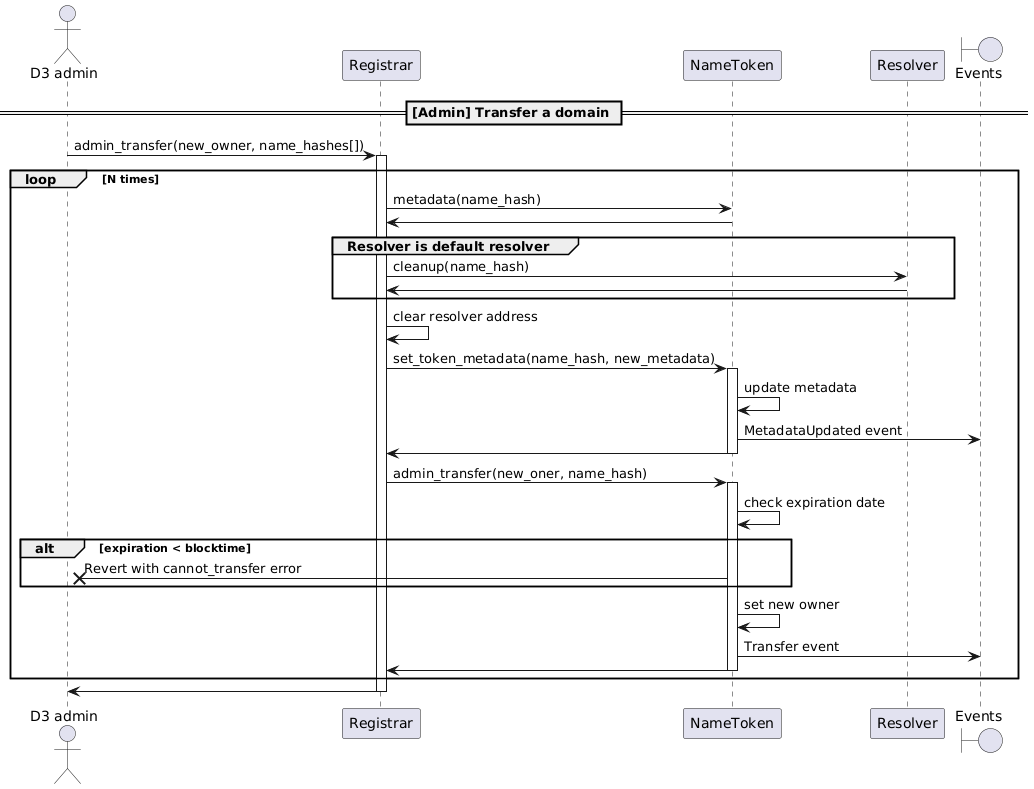
Above: docs/sequence-diagrams/puml/admin-transfer-domain.png in make-software/cspr-name-contracts (PlantUML), before the change.
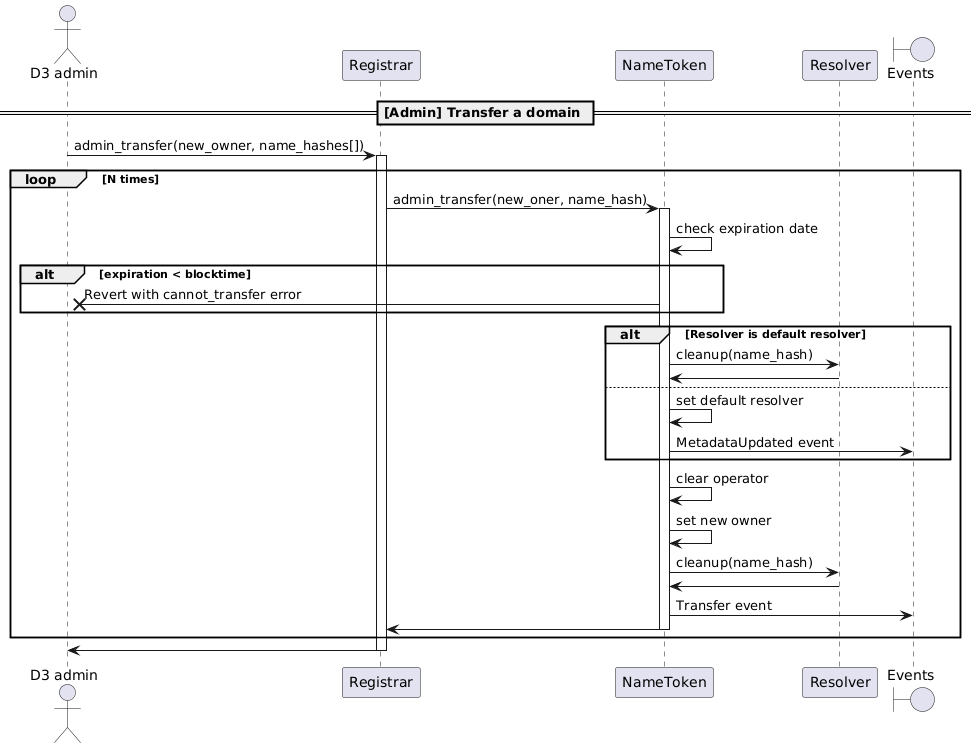
The same diagram one commit later.

Change to the diagram source:
```diff
@@ -11,26 +11,23 @@
 "D3 admin" -> "Registrar": admin_transfer(new_owner, name_hashes[])
 activate Registrar
 loop N times
-    Registrar -> NameToken: metadata(name_hash)
-    NameToken -> Registrar
-    group Resolver is default resolver
-        Registrar -> Resolver: cleanup(name_hash)
-        Resolver -> Registrar:
-    end
-    Registrar -> Registrar: clear resolver address
-    Registrar -> NameToken: set_token_metadata(name_hash, new_metadata)
-    activate NameToken
-    NameToken -> NameToken: update metadata
-    NameToken -> "Events": MetadataUpdated event
-    NameToken -> Registrar
-    deactivate NameToken
     Registrar -> NameToken: admin_transfer(new_oner, name_hash)
     activate NameToken
     NameToken -> NameToken: check expiration date
     alt expiration < blocktime
         NameToken ->X "D3 admin": Revert with cannot_transfer error
     end
+    alt Resolver is default resolver
+        NameToken -> Resolver: cleanup(name_hash)
+        Resolver -> NameToken:
+    else
+        NameToken -> NameToken : set default resolver
+        NameToken -> "Events": MetadataUpdated event
+    end
+    NameToken -> NameToken: clear operator
     NameToken -> NameToken : set new owner
+    NameToken -> Resolver: cleanup(name_hash)
+    Resolver -> NameToken:
     NameToken -> "Events": Transfer event
     NameToken -> Registrar
     deactivate NameToken
```
